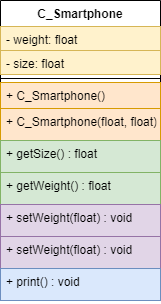
Before: Untitled Diagram.png, a diagram exported from draw.io (Bogdan0012/UML-works). Source tidied: cells renumbered, new cells last; positions are measured from the earlier drawing's top-left corner, leaving out a move shared by most shapes. The source it was exported from:
```xml
<mxGraphModel>
  <root>
    <mxCell id="0" />
    <mxCell id="1" parent="0" />
    <mxCell id="2" value="C_Smartphone" style="swimlane;fontStyle=1;align=center;verticalAlign=top;horizontal=1;startSize=26;" parent="1" vertex="1">
      <mxGeometry width="160" height="300" as="geometry" />
    </mxCell>
    <mxCell id="3" value="- weight: float" style="text;strokeColor=#d6b656;fillColor=#fff2cc;align=left;verticalAlign=top;spacingLeft=4;spacingRight=4;overflow=hidden;" parent="2" vertex="1">
      <mxGeometry y="26" width="160" height="24" as="geometry" />
    </mxCell>
    <mxCell id="4" value="- size: float" style="text;strokeColor=#d6b656;fillColor=#fff2cc;align=left;verticalAlign=top;spacingLeft=4;spacingRight=4;overflow=hidden;" parent="2" vertex="1">
      <mxGeometry y="50" width="160" height="24" as="geometry" />
    </mxCell>
    <mxCell id="5" style="line;strokeWidth=1;fillColor=none;align=left;verticalAlign=middle;spacingTop=-1;spacingLeft=3;spacingRight=3;labelPosition=right;" parent="2" vertex="1">
      <mxGeometry y="74" width="160" height="8" as="geometry" />
    </mxCell>
    <mxCell id="6" value="+ C_Smartphone()" style="text;strokeColor=#d79b00;fillColor=#ffe6cc;align=left;verticalAlign=top;spacingLeft=4;spacingRight=4;overflow=hidden;" parent="2" vertex="1">
      <mxGeometry y="82" width="160" height="26" as="geometry" />
    </mxCell>
    <mxCell id="7" value="+ C_Smartphone(float, float)" style="text;strokeColor=#d79b00;fillColor=#ffe6cc;align=left;verticalAlign=top;spacingLeft=4;spacingRight=4;overflow=hidden;" parent="2" vertex="1">
      <mxGeometry y="108" width="160" height="32" as="geometry" />
    </mxCell>
    <mxCell id="8" value="+ getSize() : float" style="text;strokeColor=#82b366;fillColor=#d5e8d4;align=left;verticalAlign=top;spacingLeft=4;spacingRight=4;overflow=hidden;" parent="2" vertex="1">
      <mxGeometry y="140" width="160" height="32" as="geometry" />
    </mxCell>
    <mxCell id="9" value="+ getWeight() : float" style="text;strokeColor=#82b366;fillColor=#d5e8d4;align=left;verticalAlign=top;spacingLeft=4;spacingRight=4;overflow=hidden;" parent="2" vertex="1">
      <mxGeometry y="172" width="160" height="32" as="geometry" />
    </mxCell>
    <mxCell id="10" value="+ setWeight(float) : void" style="text;strokeColor=#9673a6;fillColor=#e1d5e7;align=left;verticalAlign=top;spacingLeft=4;spacingRight=4;overflow=hidden;" parent="2" vertex="1">
      <mxGeometry y="204" width="160" height="32" as="geometry" />
    </mxCell>
    <mxCell id="11" value="+ setWeight(float) : void" style="text;strokeColor=#9673a6;fillColor=#e1d5e7;align=left;verticalAlign=top;spacingLeft=4;spacingRight=4;overflow=hidden;" parent="2" vertex="1">
      <mxGeometry y="236" width="160" height="32" as="geometry" />
    </mxCell>
    <mxCell id="12" value="+ print() : void" style="text;strokeColor=#6c8ebf;fillColor=#dae8fc;align=left;verticalAlign=top;spacingLeft=4;spacingRight=4;overflow=hidden;" parent="2" vertex="1">
      <mxGeometry y="268" width="160" height="32" as="geometry" />
    </mxCell>
  </root>
</mxGraphModel>
```
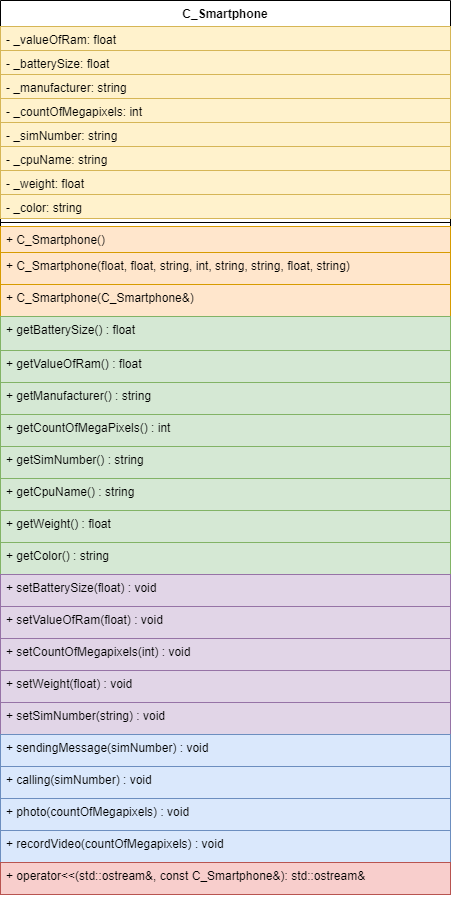
After the commit.

Diff of the diagram source:
```diff
@@ -3,37 +3,97 @@
     <mxCell id="0" />
     <mxCell id="1" parent="0" />
     <mxCell id="2" value="C_Smartphone" style="swimlane;fontStyle=1;align=center;verticalAlign=top;horizontal=1;startSize=26;" parent="1" vertex="1">
-      <mxGeometry width="160" height="300" as="geometry" />
+      <mxGeometry width="450" height="894" as="geometry" />
     </mxCell>
-    <mxCell id="3" value="- weight: float" style="text;strokeColor=#d6b656;fillColor=#fff2cc;align=left;verticalAlign=top;spacingLeft=4;spacingRight=4;overflow=hidden;" parent="2" vertex="1">
-      <mxGeometry y="26" width="160" height="24" as="geometry" />
+    <mxCell id="3" value="- _valueOfRam: float" style="text;strokeColor=#d6b656;fillColor=#fff2cc;align=left;verticalAlign=top;spacingLeft=4;spacingRight=4;overflow=hidden;" parent="2" vertex="1">
+      <mxGeometry y="26" width="450" height="24" as="geometry" />
     </mxCell>
-    <mxCell id="4" value="- size: float" style="text;strokeColor=#d6b656;fillColor=#fff2cc;align=left;verticalAlign=top;spacingLeft=4;spacingRight=4;overflow=hidden;" parent="2" vertex="1">
-      <mxGeometry y="50" width="160" height="24" as="geometry" />
+    <mxCell id="4" value="- _batterySize: float" style="text;strokeColor=#d6b656;fillColor=#fff2cc;align=left;verticalAlign=top;spacingLeft=4;spacingRight=4;overflow=hidden;" parent="2" vertex="1">
+      <mxGeometry y="50" width="450" height="24" as="geometry" />
     </mxCell>
+    <mxCell id="13" value="- _manufacturer: string" style="text;strokeColor=#d6b656;fillColor=#fff2cc;align=left;verticalAlign=top;spacingLeft=4;spacingRight=4;overflow=hidden;" parent="2" vertex="1">
+      <mxGeometry y="74" width="450" height="24" as="geometry" />
+    </mxCell>
+    <mxCell id="14" value="- _countOfMegapixels: int" style="text;strokeColor=#d6b656;fillColor=#fff2cc;align=left;verticalAlign=top;spacingLeft=4;spacingRight=4;overflow=hidden;" parent="2" vertex="1">
+      <mxGeometry y="98" width="450" height="24" as="geometry" />
+    </mxCell>
+    <mxCell id="15" value="- _simNumber: string" style="text;strokeColor=#d6b656;fillColor=#fff2cc;align=left;verticalAlign=top;spacingLeft=4;spacingRight=4;overflow=hidden;" parent="2" vertex="1">
+      <mxGeometry y="122" width="450" height="24" as="geometry" />
+    </mxCell>
+    <mxCell id="16" value="- _cpuName: string" style="text;strokeColor=#d6b656;fillColor=#fff2cc;align=left;verticalAlign=top;spacingLeft=4;spacingRight=4;overflow=hidden;" parent="2" vertex="1">
+      <mxGeometry y="146" width="450" height="24" as="geometry" />
+    </mxCell>
+    <mxCell id="17" value="- _weight: float" style="text;strokeColor=#d6b656;fillColor=#fff2cc;align=left;verticalAlign=top;spacingLeft=4;spacingRight=4;overflow=hidden;" parent="2" vertex="1">
+      <mxGeometry y="170" width="450" height="24" as="geometry" />
+    </mxCell>
+    <mxCell id="18" value="- _color: string" style="text;strokeColor=#d6b656;fillColor=#fff2cc;align=left;verticalAlign=top;spacingLeft=4;spacingRight=4;overflow=hidden;" parent="2" vertex="1">
+      <mxGeometry y="194" width="450" height="24" as="geometry" />
+    </mxCell>
     <mxCell id="5" style="line;strokeWidth=1;fillColor=none;align=left;verticalAlign=middle;spacingTop=-1;spacingLeft=3;spacingRight=3;labelPosition=right;" parent="2" vertex="1">
-      <mxGeometry y="74" width="160" height="8" as="geometry" />
+      <mxGeometry y="218" width="450" height="8" as="geometry" />
     </mxCell>
     <mxCell id="6" value="+ C_Smartphone()" style="text;strokeColor=#d79b00;fillColor=#ffe6cc;align=left;verticalAlign=top;spacingLeft=4;spacingRight=4;overflow=hidden;" parent="2" vertex="1">
-      <mxGeometry y="82" width="160" height="26" as="geometry" />
+      <mxGeometry y="226" width="450" height="26" as="geometry" />
     </mxCell>
-    <mxCell id="7" value="+ C_Smartphone(float, float)" style="text;strokeColor=#d79b00;fillColor=#ffe6cc;align=left;verticalAlign=top;spacingLeft=4;spacingRight=4;overflow=hidden;" parent="2" vertex="1">
-      <mxGeometry y="108" width="160" height="32" as="geometry" />
+    <mxCell id="7" value="+ C_Smartphone(float, float, string, int, string, string, float, string)" style="text;strokeColor=#d79b00;fillColor=#ffe6cc;align=left;verticalAlign=top;spacingLeft=4;spacingRight=4;overflow=hidden;" parent="2" vertex="1">
+      <mxGeometry y="252" width="450" height="32" as="geometry" />
     </mxCell>
+    <mxCell id="19" value="+ C_Smartphone(C_Smartphone&amp;)" style="text;strokeColor=#d79b00;fillColor=#ffe6cc;align=left;verticalAlign=top;spacingLeft=4;spacingRight=4;overflow=hidden;" parent="2" vertex="1">
+      <mxGeometry y="284" width="450" height="32" as="geometry" />
+    </mxCell>
-    <mxCell id="8" value="+ getSize() : float" style="text;strokeColor=#82b366;fillColor=#d5e8d4;align=left;verticalAlign=top;spacingLeft=4;spacingRight=4;overflow=hidden;" parent="2" vertex="1">
-      <mxGeometry y="140" width="160" height="32" as="geometry" />
+    <mxCell id="8" value="+ getBatterySize() : float" style="text;strokeColor=#82b366;fillColor=#d5e8d4;align=left;verticalAlign=top;spacingLeft=4;spacingRight=4;overflow=hidden;" parent="2" vertex="1">
+      <mxGeometry y="316" width="450" height="34" as="geometry" />
     </mxCell>
-    <mxCell id="9" value="+ getWeight() : float" style="text;strokeColor=#82b366;fillColor=#d5e8d4;align=left;verticalAlign=top;spacingLeft=4;spacingRight=4;overflow=hidden;" parent="2" vertex="1">
-      <mxGeometry y="172" width="160" height="32" as="geometry" />
+    <mxCell id="9" value="+ getValueOfRam() : float" style="text;strokeColor=#82b366;fillColor=#d5e8d4;align=left;verticalAlign=top;spacingLeft=4;spacingRight=4;overflow=hidden;" parent="2" vertex="1">
+      <mxGeometry y="350" width="450" height="32" as="geometry" />
     </mxCell>
+    <mxCell id="20" value="+ getManufacturer() : string" style="text;strokeColor=#82b366;fillColor=#d5e8d4;align=left;verticalAlign=top;spacingLeft=4;spacingRight=4;overflow=hidden;" parent="2" vertex="1">
+      <mxGeometry y="382" width="450" height="32" as="geometry" />
+    </mxCell>
+    <mxCell id="21" value="+ getCountOfMegaPixels() : int" style="text;strokeColor=#82b366;fillColor=#d5e8d4;align=left;verticalAlign=top;spacingLeft=4;spacingRight=4;overflow=hidden;" parent="2" vertex="1">
+      <mxGeometry y="414" width="450" height="32" as="geometry" />
+    </mxCell>
+    <mxCell id="22" value="+ getSimNumber() : string" style="text;strokeColor=#82b366;fillColor=#d5e8d4;align=left;verticalAlign=top;spacingLeft=4;spacingRight=4;overflow=hidden;" parent="2" vertex="1">
+      <mxGeometry y="446" width="450" height="32" as="geometry" />
+    </mxCell>
+    <mxCell id="23" value="+ getCpuName() : string" style="text;strokeColor=#82b366;fillColor=#d5e8d4;align=left;verticalAlign=top;spacingLeft=4;spacingRight=4;overflow=hidden;" parent="2" vertex="1">
+      <mxGeometry y="478" width="450" height="32" as="geometry" />
+    </mxCell>
+    <mxCell id="24" value="+ getWeight() : float" style="text;strokeColor=#82b366;fillColor=#d5e8d4;align=left;verticalAlign=top;spacingLeft=4;spacingRight=4;overflow=hidden;" parent="2" vertex="1">
+      <mxGeometry y="510" width="450" height="32" as="geometry" />
+    </mxCell>
+    <mxCell id="25" value="+ getColor() : string" style="text;strokeColor=#82b366;fillColor=#d5e8d4;align=left;verticalAlign=top;spacingLeft=4;spacingRight=4;overflow=hidden;" parent="2" vertex="1">
+      <mxGeometry y="542" width="450" height="32" as="geometry" />
+    </mxCell>
-    <mxCell id="10" value="+ setWeight(float) : void" style="text;strokeColor=#9673a6;fillColor=#e1d5e7;align=left;verticalAlign=top;spacingLeft=4;spacingRight=4;overflow=hidden;" parent="2" vertex="1">
-      <mxGeometry y="204" width="160" height="32" as="geometry" />
+    <mxCell id="10" value="+ setBatterySize(float) : void" style="text;strokeColor=#9673a6;fillColor=#e1d5e7;align=left;verticalAlign=top;spacingLeft=4;spacingRight=4;overflow=hidden;" parent="2" vertex="1">
+      <mxGeometry y="574" width="450" height="32" as="geometry" />
     </mxCell>
-    <mxCell id="11" value="+ setWeight(float) : void" style="text;strokeColor=#9673a6;fillColor=#e1d5e7;align=left;verticalAlign=top;spacingLeft=4;spacingRight=4;overflow=hidden;" parent="2" vertex="1">
-      <mxGeometry y="236" width="160" height="32" as="geometry" />
+    <mxCell id="11" value="+ setValueOfRam(float) : void" style="text;strokeColor=#9673a6;fillColor=#e1d5e7;align=left;verticalAlign=top;spacingLeft=4;spacingRight=4;overflow=hidden;" parent="2" vertex="1">
+      <mxGeometry y="606" width="450" height="32" as="geometry" />
     </mxCell>
+    <mxCell id="26" value="+ setCountOfMegapixels(int) : void" style="text;strokeColor=#9673a6;fillColor=#e1d5e7;align=left;verticalAlign=top;spacingLeft=4;spacingRight=4;overflow=hidden;" parent="2" vertex="1">
+      <mxGeometry y="638" width="450" height="32" as="geometry" />
+    </mxCell>
+    <mxCell id="27" value="+ setWeight(float) : void" style="text;strokeColor=#9673a6;fillColor=#e1d5e7;align=left;verticalAlign=top;spacingLeft=4;spacingRight=4;overflow=hidden;" parent="2" vertex="1">
+      <mxGeometry y="670" width="450" height="32" as="geometry" />
+    </mxCell>
+    <mxCell id="28" value="+ setSimNumber(string) : void" style="text;strokeColor=#9673a6;fillColor=#e1d5e7;align=left;verticalAlign=top;spacingLeft=4;spacingRight=4;overflow=hidden;" parent="2" vertex="1">
+      <mxGeometry y="702" width="450" height="32" as="geometry" />
+    </mxCell>
-    <mxCell id="12" value="+ print() : void" style="text;strokeColor=#6c8ebf;fillColor=#dae8fc;align=left;verticalAlign=top;spacingLeft=4;spacingRight=4;overflow=hidden;" parent="2" vertex="1">
-      <mxGeometry y="268" width="160" height="32" as="geometry" />
+    <mxCell id="12" value="+ sendingMessage(simNumber) : void" style="text;strokeColor=#6c8ebf;fillColor=#dae8fc;align=left;verticalAlign=top;spacingLeft=4;spacingRight=4;overflow=hidden;" parent="2" vertex="1">
+      <mxGeometry y="734" width="450" height="32" as="geometry" />
     </mxCell>
+    <mxCell id="29" value="+ calling(simNumber) : void" style="text;strokeColor=#6c8ebf;fillColor=#dae8fc;align=left;verticalAlign=top;spacingLeft=4;spacingRight=4;overflow=hidden;" parent="2" vertex="1">
+      <mxGeometry y="766" width="450" height="32" as="geometry" />
+    </mxCell>
+    <mxCell id="30" value="+ photo(countOfMegapixels) : void" style="text;strokeColor=#6c8ebf;fillColor=#dae8fc;align=left;verticalAlign=top;spacingLeft=4;spacingRight=4;overflow=hidden;" parent="2" vertex="1">
+      <mxGeometry y="798" width="450" height="32" as="geometry" />
+    </mxCell>
+    <mxCell id="31" value="+ recordVideo(countOfMegapixels) : void" style="text;strokeColor=#6c8ebf;fillColor=#dae8fc;align=left;verticalAlign=top;spacingLeft=4;spacingRight=4;overflow=hidden;" parent="2" vertex="1">
+      <mxGeometry y="830" width="450" height="32" as="geometry" />
+    </mxCell>
+    <mxCell id="32" value="+ operator&lt;&lt;(std::ostream&amp;, const C_Smartphone&amp;): std::ostream&amp;" style="text;strokeColor=#b85450;fillColor=#f8cecc;align=left;verticalAlign=top;spacingLeft=4;spacingRight=4;overflow=hidden;" parent="2" vertex="1">
+      <mxGeometry y="862" width="450" height="32" as="geometry" />
+    </mxCell>
   </root>
 </mxGraphModel>
```
